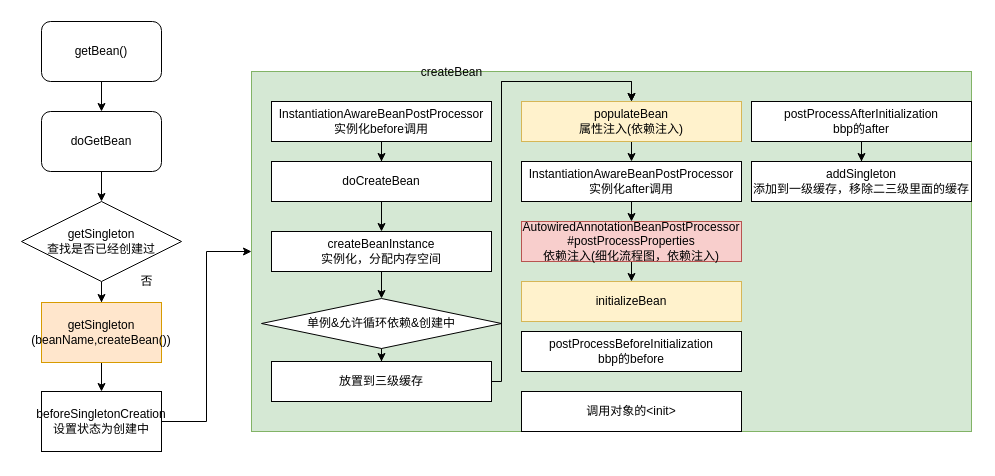
Wooyulin/yulam-fuzzy keeps this draw.io diagram as page "bean初始化" (2 of 4) of java/spring/spring.drawio. Above is the earlier version. Source tidied: cells renumbered, new cells numbered last; positions are measured from the earlier drawing's top-left corner, leaving out a move shared by most shapes. Both pictures are drawn from the tidied source at 100%, with x=0, y=0 at pixel (21, 21).
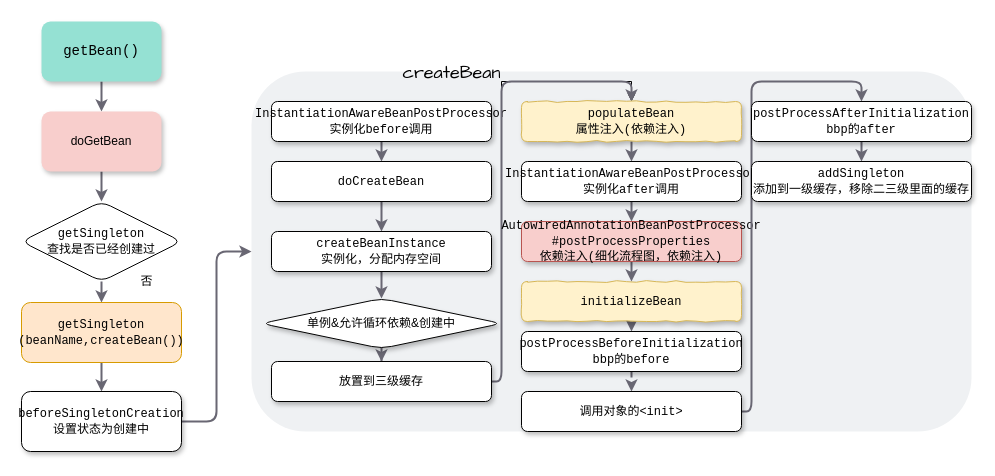
The same diagram, later.

What changed in the source:
```diff
@@
-    <mxCell id="2" style="rounded=0;whiteSpace=wrap;html=1;fillColor=#d5e8d4;strokeColor=#82b366;" parent="1" vertex="1">
+    <mxCell id="2" style="rounded=1;whiteSpace=wrap;html=1;fillColor=#EFF1F3;strokeColor=none;" parent="1" vertex="1">
       <mxGeometry x="230" y="50" width="720" height="360" as="geometry" />
     </mxCell>
-    <mxCell id="3" style="edgeStyle=orthogonalEdgeStyle;rounded=0;jettySize=auto;html=1;" parent="1" edge="1" source="4" target="6">
+    <mxCell id="3" style="edgeStyle=orthogonalEdgeStyle;rounded=1;jettySize=auto;html=1;strokeColor=#696773;strokeWidth=2;" parent="1" edge="1" source="4" target="6">
       <mxGeometry relative="1" as="geometry" />
     </mxCell>
-    <mxCell id="4" value="getBean()" style="rounded=1;whiteSpace=wrap;html=1;" parent="1" vertex="1">
+    <mxCell id="4" value="&lt;font face=&quot;Courier New&quot; style=&quot;font-size: 14px&quot;&gt;getBean()&lt;/font&gt;" style="rounded=1;whiteSpace=wrap;html=1;strokeColor=none;fillColor=#95E1D3;shadow=1;" parent="1" vertex="1">
       <mxGeometry x="20" width="120" height="60" as="geometry" />
     </mxCell>
-    <mxCell id="5" style="edgeStyle=orthogonalEdgeStyle;rounded=0;jettySize=auto;html=1;" parent="1" edge="1" source="6" target="8">
+    <mxCell id="5" style="edgeStyle=orthogonalEdgeStyle;rounded=1;jettySize=auto;html=1;strokeColor=#696773;strokeWidth=2;" parent="1" edge="1" source="6" target="8">
       <mxGeometry relative="1" as="geometry" />
     </mxCell>
-    <mxCell id="6" value="doGetBean" style="rounded=1;whiteSpace=wrap;html=1;" parent="1" vertex="1">
+    <mxCell id="6" value="doGetBean" style="rounded=1;whiteSpace=wrap;html=1;shadow=1;strokeColor=none;fillColor=#F8CECC;" parent="1" vertex="1">
       <mxGeometry x="20" y="90" width="120" height="60" as="geometry" />
     </mxCell>
-    <mxCell id="7" style="edgeStyle=orthogonalEdgeStyle;rounded=0;jettySize=auto;html=1;" parent="1" edge="1" source="8" target="10">
+    <mxCell id="7" style="edgeStyle=orthogonalEdgeStyle;rounded=1;jettySize=auto;html=1;strokeColor=#696773;strokeWidth=2;" parent="1" edge="1" source="8" target="10">
       <mxGeometry relative="1" as="geometry" />
     </mxCell>
-    <mxCell id="8" value="&lt;span style=&quot;white-space: normal&quot;&gt;getSingleton&lt;/span&gt;&lt;br style=&quot;white-space: normal&quot;&gt;&lt;span style=&quot;white-space: normal&quot;&gt;查找是否已经创建过&lt;/span&gt;" style="rhombus;whiteSpace=wrap;html=1;" parent="1" vertex="1">
+    <mxCell id="8" value="&lt;font face=&quot;Courier New&quot;&gt;&lt;span style=&quot;white-space: normal&quot;&gt;getSingleton&lt;/span&gt;&lt;br style=&quot;white-space: normal&quot;&gt;&lt;span style=&quot;white-space: normal&quot;&gt;查找是否已经创建过&lt;/span&gt;&lt;/font&gt;" style="rhombus;whiteSpace=wrap;html=1;strokeColor=#000000;rounded=1;" parent="1" vertex="1">
       <mxGeometry y="180" width="160" height="80" as="geometry" />
     </mxCell>
-    <mxCell id="9" style="edgeStyle=orthogonalEdgeStyle;rounded=0;jettySize=auto;html=1;" parent="1" edge="1" source="10" target="12">
+    <mxCell id="9" style="edgeStyle=orthogonalEdgeStyle;rounded=1;jettySize=auto;html=1;strokeColor=#696773;strokeWidth=2;" parent="1" edge="1" source="10" target="12">
       <mxGeometry relative="1" as="geometry" />
     </mxCell>
-    <mxCell id="10" value="getSingleton&lt;br&gt;(beanName,createBean())" style="rounded=0;whiteSpace=wrap;html=1;fillColor=#ffe6cc;strokeColor=#d79b00;" parent="1" vertex="1">
-      <mxGeometry x="20" y="281" width="120" height="60" as="geometry" />
+    <mxCell id="10" value="&lt;font face=&quot;Courier New&quot;&gt;getSingleton&lt;br&gt;(beanName,createBean())&lt;/font&gt;" style="rounded=1;whiteSpace=wrap;html=1;fillColor=#ffe6cc;strokeColor=#d79b00;" parent="1" vertex="1">
+      <mxGeometry y="281" width="160" height="60" as="geometry" />
     </mxCell>
-    <mxCell id="11" style="edgeStyle=orthogonalEdgeStyle;rounded=0;jettySize=auto;html=1;" parent="1" edge="1" source="12" target="2">
+    <mxCell id="11" style="edgeStyle=orthogonalEdgeStyle;rounded=1;jettySize=auto;html=1;strokeWidth=2;strokeColor=#696773;" parent="1" edge="1" source="12" target="2">
       <mxGeometry relative="1" as="geometry" />
     </mxCell>
-    <mxCell id="12" value="beforeSingletonCreation&lt;br&gt;设置状态为创建中" style="rounded=0;whiteSpace=wrap;html=1;" parent="1" vertex="1">
-      <mxGeometry x="20" y="370" width="120" height="60" as="geometry" />
+    <mxCell id="12" value="&lt;font face=&quot;Courier New&quot;&gt;beforeSingletonCreation&lt;br&gt;设置状态为创建中&lt;/font&gt;" style="rounded=1;whiteSpace=wrap;html=1;shadow=1;" parent="1" vertex="1">
+      <mxGeometry y="370" width="160" height="60" as="geometry" />
     </mxCell>
-    <mxCell id="13" style="edgeStyle=orthogonalEdgeStyle;rounded=0;jettySize=auto;html=1;" parent="1" edge="1" source="14" target="16">
+    <mxCell id="13" style="edgeStyle=orthogonalEdgeStyle;rounded=1;jettySize=auto;html=1;strokeColor=#696773;strokeWidth=2;" parent="1" edge="1" source="14" target="16">
       <mxGeometry relative="1" as="geometry" />
     </mxCell>
-    <mxCell id="14" value="InstantiationAwareBeanPostProcessor&lt;br&gt;实例化before调用" style="rounded=0;whiteSpace=wrap;html=1;" parent="1" vertex="1">
+    <mxCell id="14" value="&lt;font face=&quot;Courier New&quot;&gt;InstantiationAwareBeanPostProcessor&lt;br&gt;实例化before调用&lt;/font&gt;" style="rounded=1;whiteSpace=wrap;html=1;shadow=1;" parent="1" vertex="1">
       <mxGeometry x="250" y="80" width="220" height="40" as="geometry" />
     </mxCell>
-    <mxCell id="15" style="edgeStyle=orthogonalEdgeStyle;rounded=0;jettySize=auto;html=1;" parent="1" edge="1" source="16" target="18">
+    <mxCell id="15" style="edgeStyle=orthogonalEdgeStyle;rounded=1;jettySize=auto;html=1;strokeColor=#696773;strokeWidth=2;" parent="1" edge="1" source="16" target="18">
       <mxGeometry relative="1" as="geometry" />
     </mxCell>
-    <mxCell id="16" value="doCreateBean" style="rounded=0;whiteSpace=wrap;html=1;" parent="1" vertex="1">
+    <mxCell id="16" value="&lt;font face=&quot;Courier New&quot;&gt;doCreateBean&lt;/font&gt;" style="rounded=1;whiteSpace=wrap;html=1;shadow=1;" parent="1" vertex="1">
       <mxGeometry x="250" y="140" width="220" height="40" as="geometry" />
     </mxCell>
-    <mxCell id="17" style="edgeStyle=orthogonalEdgeStyle;rounded=0;jettySize=auto;html=1;entryX=0.5;entryY=0;entryDx=0;entryDy=0;" parent="1" edge="1" source="18" target="23">
+    <mxCell id="17" style="edgeStyle=orthogonalEdgeStyle;rounded=1;jettySize=auto;html=1;entryX=0.5;entryY=0;entryDx=0;entryDy=0;strokeColor=#696773;strokeWidth=2;" parent="1" edge="1" source="18" target="23">
       <mxGeometry relative="1" as="geometry" />
     </mxCell>
-    <mxCell id="18" value="createBeanInstance&lt;br&gt;实例化，分配内存空间" style="rounded=0;whiteSpace=wrap;html=1;" parent="1" vertex="1">
+    <mxCell id="18" value="&lt;font face=&quot;Courier New&quot;&gt;createBeanInstance&lt;br&gt;实例化，分配内存空间&lt;/font&gt;" style="rounded=1;whiteSpace=wrap;html=1;shadow=1;" parent="1" vertex="1">
       <mxGeometry x="250" y="210" width="220" height="40" as="geometry" />
     </mxCell>
@@
-    <mxCell id="20" value="createBean" style="text;html=1;align=center;verticalAlign=middle;" parent="1" vertex="1">
-      <mxGeometry x="390" y="41" width="80" height="20" as="geometry" />
+    <mxCell id="20" value="&lt;font face=&quot;Comic Sans MS&quot; style=&quot;font-size: 18px&quot;&gt;createBean&lt;/font&gt;" style="text;html=1;align=center;verticalAlign=middle;" parent="1" vertex="1">
+      <mxGeometry x="375" y="41" width="110" height="20" as="geometry" />
     </mxCell>
-    <mxCell id="21" style="edgeStyle=orthogonalEdgeStyle;rounded=0;jettySize=auto;html=1;exitX=0.5;exitY=1;exitDx=0;exitDy=0;" parent="1" edge="1" source="23" target="25">
+    <mxCell id="21" style="edgeStyle=orthogonalEdgeStyle;rounded=1;jettySize=auto;html=1;exitX=0.5;exitY=1;exitDx=0;exitDy=0;strokeColor=#696773;strokeWidth=2;" parent="1" edge="1" source="23" target="25">
       <mxGeometry relative="1" as="geometry" />
     </mxCell>
@@
-    <mxCell id="23" value="单例&amp;amp;允许循环依赖&amp;amp;创建中" style="rhombus;whiteSpace=wrap;html=1;" parent="1" vertex="1">
+    <mxCell id="23" value="单例&amp;amp;允许循环依赖&amp;amp;创建中" style="rhombus;whiteSpace=wrap;html=1;rounded=1;shadow=1;" parent="1" vertex="1">
       <mxGeometry x="240" y="277" width="240" height="50" as="geometry" />
     </mxCell>
-    <mxCell id="24" style="edgeStyle=orthogonalEdgeStyle;rounded=0;jettySize=auto;html=1;entryX=0.5;entryY=0;entryDx=0;entryDy=0;" parent="1" edge="1" source="25" target="27">
+    <mxCell id="24" style="edgeStyle=orthogonalEdgeStyle;rounded=1;jettySize=auto;html=1;entryX=0.5;entryY=0;entryDx=0;entryDy=0;strokeColor=#696773;strokeWidth=2;" parent="1" edge="1" source="25" target="27">
       <mxGeometry relative="1" as="geometry">
         <Array as="points">
           <mxPoint x="480" y="360" />
           <mxPoint x="480" y="60" />
           <mxPoint x="610" y="60" />
         </Array>
       </mxGeometry>
     </mxCell>
-    <mxCell id="25" value="放置到三级缓存" style="rounded=0;whiteSpace=wrap;html=1;" parent="1" vertex="1">
+    <mxCell id="25" value="放置到三级缓存" style="rounded=1;whiteSpace=wrap;html=1;shadow=1;" parent="1" vertex="1">
       <mxGeometry x="250" y="340" width="220" height="40" as="geometry" />
     </mxCell>
-    <mxCell id="26" style="edgeStyle=orthogonalEdgeStyle;rounded=0;jettySize=auto;html=1;exitX=0.5;exitY=1;exitDx=0;exitDy=0;entryX=0.5;entryY=0;entryDx=0;entryDy=0;" parent="1" edge="1" source="27" target="29">
+    <mxCell id="26" style="edgeStyle=orthogonalEdgeStyle;rounded=1;jettySize=auto;html=1;exitX=0.5;exitY=1;exitDx=0;exitDy=0;entryX=0.5;entryY=0;entryDx=0;entryDy=0;strokeColor=#696773;strokeWidth=2;" parent="1" edge="1" source="27" target="29">
       <mxGeometry relative="1" as="geometry" />
     </mxCell>
-    <mxCell id="27" value="populateBean&lt;br&gt;属性注入(依赖注入)" style="rounded=0;whiteSpace=wrap;html=1;fillColor=#fff2cc;strokeColor=#d6b656;" parent="1" vertex="1">
+    <mxCell id="27" value="&lt;font face=&quot;Courier New&quot;&gt;populateBean&lt;br&gt;属性注入(依赖注入)&lt;/font&gt;" style="rounded=1;whiteSpace=wrap;html=1;fillColor=#fff2cc;strokeColor=#d6b656;shadow=1;comic=1;" parent="1" vertex="1">
       <mxGeometry x="500" y="80" width="220" height="40" as="geometry" />
     </mxCell>
-    <mxCell id="28" style="edgeStyle=orthogonalEdgeStyle;rounded=0;jettySize=auto;html=1;exitX=0.5;exitY=1;exitDx=0;exitDy=0;entryX=0.5;entryY=0;entryDx=0;entryDy=0;" parent="1" edge="1" source="29" target="31">
+    <mxCell id="28" style="edgeStyle=orthogonalEdgeStyle;rounded=1;jettySize=auto;html=1;exitX=0.5;exitY=1;exitDx=0;exitDy=0;entryX=0.5;entryY=0;entryDx=0;entryDy=0;strokeColor=#696773;strokeWidth=2;" parent="1" edge="1" source="29" target="31">
       <mxGeometry relative="1" as="geometry" />
     </mxCell>
-    <mxCell id="29" value="InstantiationAwareBeanPostProcessor&lt;br&gt;实例化after调用" style="rounded=0;whiteSpace=wrap;html=1;" parent="1" vertex="1">
+    <mxCell id="29" value="&lt;font face=&quot;Courier New&quot;&gt;InstantiationAwareBeanPostProcessor&lt;br&gt;实例化after调用&lt;/font&gt;" style="rounded=1;whiteSpace=wrap;html=1;shadow=1;" parent="1" vertex="1">
       <mxGeometry x="500" y="140" width="220" height="40" as="geometry" />
     </mxCell>
-    <mxCell id="30" style="edgeStyle=orthogonalEdgeStyle;rounded=0;jettySize=auto;html=1;exitX=0.5;exitY=1;exitDx=0;exitDy=0;entryX=0.5;entryY=0;entryDx=0;entryDy=0;" parent="1" edge="1" source="31" target="32">
+    <mxCell id="30" style="edgeStyle=orthogonalEdgeStyle;rounded=1;jettySize=auto;html=1;exitX=0.5;exitY=1;exitDx=0;exitDy=0;entryX=0.5;entryY=0;entryDx=0;entryDy=0;strokeColor=#696773;strokeWidth=2;" parent="1" edge="1" source="31" target="32">
       <mxGeometry relative="1" as="geometry" />
     </mxCell>
-    <mxCell id="31" value="AutowiredAnnotationBeanPostProcessor&lt;br&gt;#postProcessProperties&lt;br&gt;依赖注入(细化流程图，依赖注入)" style="rounded=0;whiteSpace=wrap;html=1;fillColor=#f8cecc;strokeColor=#b85450;" parent="1" vertex="1">
+    <mxCell id="31" value="&lt;font face=&quot;Courier New&quot;&gt;AutowiredAnnotationBeanPostProcessor&lt;br&gt;#postProcessProperties&lt;br&gt;依赖注入(细化流程图，依赖注入)&lt;/font&gt;" style="rounded=1;whiteSpace=wrap;html=1;fillColor=#f8cecc;strokeColor=#b85450;shadow=1;" parent="1" vertex="1">
       <mxGeometry x="500" y="200" width="220" height="40" as="geometry" />
     </mxCell>
+    <mxCell id="38" style="edgeStyle=orthogonalEdgeStyle;rounded=1;jettySize=auto;html=1;exitX=0.5;exitY=1;exitDx=0;exitDy=0;entryX=0.5;entryY=0;entryDx=0;entryDy=0;dashed=1;strokeColor=#696773;strokeWidth=2;" parent="1" edge="1" source="32" target="33">
+      <mxGeometry relative="1" as="geometry" />
+    </mxCell>
-    <mxCell id="32" value="initializeBean" style="rounded=0;whiteSpace=wrap;html=1;fillColor=#fff2cc;strokeColor=#d6b656;" parent="1" vertex="1">
+    <mxCell id="32" value="&lt;font face=&quot;Courier New&quot;&gt;initializeBean&lt;/font&gt;" style="rounded=1;whiteSpace=wrap;html=1;fillColor=#fff2cc;strokeColor=#d6b656;comic=1;shadow=1;" parent="1" vertex="1">
       <mxGeometry x="500" y="260" width="220" height="40" as="geometry" />
     </mxCell>
+    <mxCell id="39" style="edgeStyle=orthogonalEdgeStyle;rounded=1;jettySize=auto;html=1;exitX=0.5;exitY=1;exitDx=0;exitDy=0;entryX=0.5;entryY=0;entryDx=0;entryDy=0;dashed=1;strokeColor=#696773;strokeWidth=2;" parent="1" edge="1" source="33" target="34">
+      <mxGeometry relative="1" as="geometry" />
+    </mxCell>
-    <mxCell id="33" value="postProcessBeforeInitialization&lt;br&gt;bbp的before" style="rounded=0;whiteSpace=wrap;html=1;" parent="1" vertex="1">
+    <mxCell id="33" value="&lt;font face=&quot;Courier New&quot;&gt;postProcessBeforeInitialization&lt;br&gt;bbp的before&lt;/font&gt;" style="rounded=1;whiteSpace=wrap;html=1;shadow=1;" parent="1" vertex="1">
       <mxGeometry x="500" y="310" width="220" height="40" as="geometry" />
     </mxCell>
+    <mxCell id="40" style="edgeStyle=orthogonalEdgeStyle;rounded=1;jettySize=auto;html=1;exitX=1;exitY=0.5;exitDx=0;exitDy=0;entryX=0.5;entryY=0;entryDx=0;entryDy=0;strokeColor=#696773;strokeWidth=2;" parent="1" edge="1" source="34" target="36">
+      <mxGeometry relative="1" as="geometry">
+        <Array as="points">
+          <mxPoint x="730" y="390" />
+          <mxPoint x="730" y="60" />
+          <mxPoint x="840" y="60" />
+        </Array>
+      </mxGeometry>
+    </mxCell>
-    <mxCell id="34" value="调用对象的&amp;lt;init&amp;gt;" style="rounded=0;whiteSpace=wrap;html=1;" parent="1" vertex="1">
+    <mxCell id="34" value="&lt;font face=&quot;Courier New&quot;&gt;调用对象的&amp;lt;init&amp;gt;&lt;/font&gt;" style="rounded=1;whiteSpace=wrap;html=1;shadow=1;" parent="1" vertex="1">
       <mxGeometry x="500" y="370" width="220" height="40" as="geometry" />
     </mxCell>
-    <mxCell id="35" style="edgeStyle=orthogonalEdgeStyle;rounded=0;jettySize=auto;html=1;" parent="1" edge="1" source="36" target="37">
+    <mxCell id="35" style="edgeStyle=orthogonalEdgeStyle;rounded=1;jettySize=auto;html=1;strokeColor=#696773;strokeWidth=2;" parent="1" edge="1" source="36" target="37">
       <mxGeometry relative="1" as="geometry" />
     </mxCell>
-    <mxCell id="36" value="postProcessAfterInitialization&lt;br&gt;bbp的after" style="rounded=0;whiteSpace=wrap;html=1;" parent="1" vertex="1">
+    <mxCell id="36" value="&lt;font face=&quot;Courier New&quot;&gt;postProcessAfterInitialization&lt;br&gt;bbp的after&lt;/font&gt;" style="rounded=1;whiteSpace=wrap;html=1;shadow=1;" parent="1" vertex="1">
       <mxGeometry x="730" y="80" width="220" height="40" as="geometry" />
     </mxCell>
-    <mxCell id="37" value="addSingleton&lt;br&gt;添加到一级缓存，移除二三级里面的缓存" style="rounded=0;whiteSpace=wrap;html=1;" parent="1" vertex="1">
+    <mxCell id="37" value="&lt;font face=&quot;Courier New&quot;&gt;addSingleton&lt;br&gt;添加到一级缓存，移除二三级里面的缓存&lt;/font&gt;" style="rounded=1;whiteSpace=wrap;html=1;shadow=1;" parent="1" vertex="1">
       <mxGeometry x="730" y="140" width="220" height="40" as="geometry" />
     </mxCell>
```
